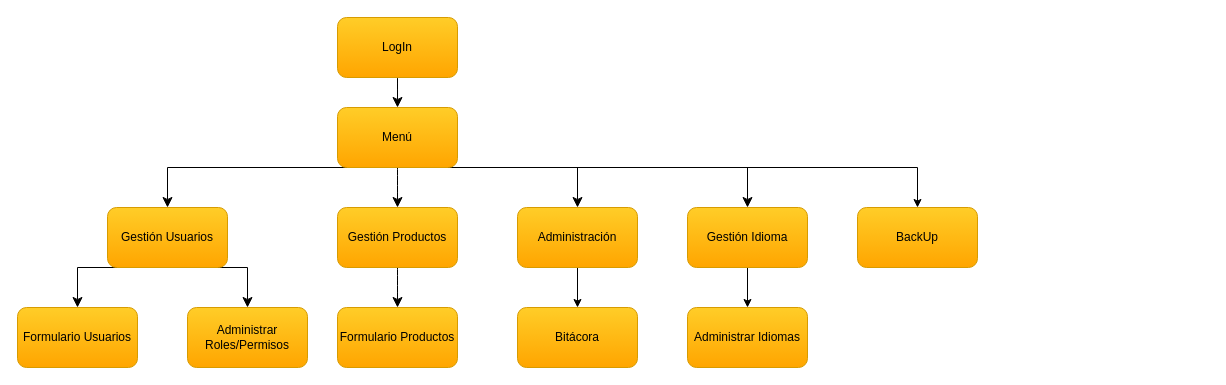
Before: Documentación/Menú Tentativo Sistema.drawio in SebaFM04/IngenieriadeSoftware_CAJAL_FERNANDEZ, a draw.io diagram. Source tidied: cells renumbered, new cells numbered last; positions are measured from the earlier drawing's top-left corner, leaving out a move shared by most shapes. Both pictures are drawn from the tidied source at 100%, with x=0, y=0 at pixel (17, 17).
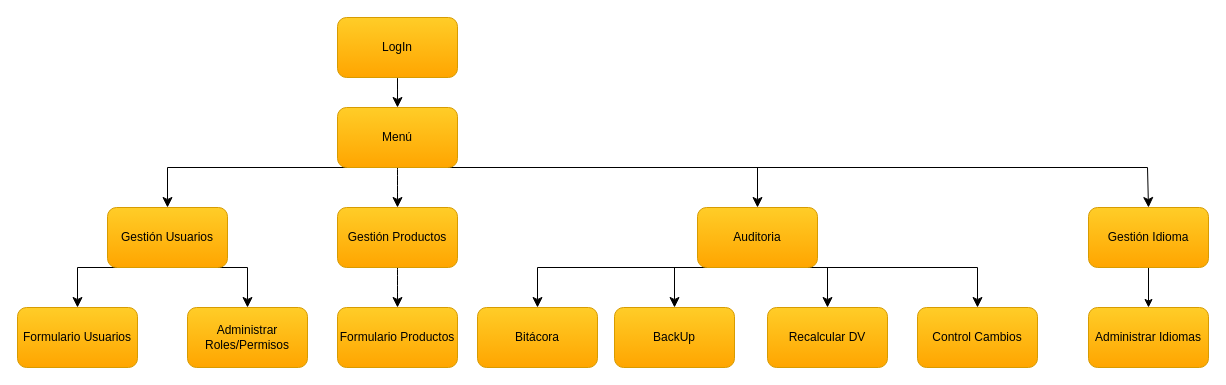
Above is the later version.

The change refers to these unchanged cells:
```xml
<mxCell id="9" value="Menú" style="rounded=1;whiteSpace=wrap;html=1;fillColor=#ffcd28;strokeColor=#d79b00;gradientColor=#ffa500;" parent="1" vertex="1">
  <mxGeometry x="320" y="90" width="120" height="60" as="geometry" />
</mxCell>
```

Change to the diagram source:
```diff
@@
-    <mxCell id="6" style="edgeStyle=none;curved=0;rounded=0;jettySize=auto;html=1;exitX=0.5;exitY=1;exitDx=0;exitDy=0;entryX=0.5;entryY=0;entryDx=0;entryDy=0;fontSize=12;startSize=8;endSize=8;fillColor=#ffcd28;strokeColor=#000000;gradientColor=#ffa500;" parent="1" edge="1" source="9">
+    <mxCell id="6" style="edgeStyle=none;curved=0;rounded=0;jettySize=auto;html=1;exitX=0.5;exitY=1;exitDx=0;exitDy=0;entryX=0.5;entryY=0;entryDx=0;entryDy=0;fontSize=12;startSize=8;endSize=8;fillColor=#ffcd28;strokeColor=#000000;gradientColor=#ffa500;" parent="1" edge="1" source="9" target="21">
       <mxGeometry relative="1" as="geometry">
-        <mxPoint x="560" y="190" as="targetPoint" />
         <Array as="points">
           <mxPoint x="560" y="150" />
+          <mxPoint x="740" y="150" />
         </Array>
       </mxGeometry>
     </mxCell>
     <mxCell id="7" style="edgeStyle=none;curved=0;rounded=0;jettySize=auto;html=1;exitX=0.5;exitY=1;exitDx=0;exitDy=0;entryX=0.5;entryY=0;entryDx=0;entryDy=0;fontSize=12;startSize=8;endSize=8;fillColor=#ffcd28;strokeColor=#000000;gradientColor=#ffa500;" parent="1" edge="1" source="9" target="19">
       <mxGeometry relative="1" as="geometry">
         <Array as="points">
-          <mxPoint x="730" y="150" />
+          <mxPoint x="1130" y="150" />
         </Array>
       </mxGeometry>
     </mxCell>
-    <mxCell id="8" style="edgeStyle=orthogonalEdgeStyle;rounded=0;jettySize=auto;html=1;exitX=0.5;exitY=1;exitDx=0;exitDy=0;entryX=0.5;entryY=0;entryDx=0;entryDy=0;" parent="1" edge="1" source="9" target="24">
-      <mxGeometry relative="1" as="geometry">
-        <Array as="points">
-          <mxPoint x="900" y="150" />
-        </Array>
-      </mxGeometry>
-    </mxCell>
@@
     <mxCell id="19" value="Gestión Idioma" style="rounded=1;whiteSpace=wrap;html=1;fillColor=#ffcd28;strokeColor=#d79b00;gradientColor=#ffa500;" parent="1" vertex="1">
-      <mxGeometry x="670" y="190" width="120" height="60" as="geometry" />
+      <mxGeometry x="1071" y="190" width="120" height="60" as="geometry" />
     </mxCell>
+    <mxCell id="25" style="edgeStyle=none;curved=0;rounded=0;jettySize=auto;html=1;exitX=0.5;exitY=1;exitDx=0;exitDy=0;entryX=0.5;entryY=0;entryDx=0;entryDy=0;fontSize=12;startSize=8;endSize=8;" parent="1" edge="1" source="21" target="24">
+      <mxGeometry relative="1" as="geometry">
+        <Array as="points">
+          <mxPoint x="657" y="250" />
+        </Array>
+      </mxGeometry>
+    </mxCell>
-    <mxCell id="20" style="edgeStyle=orthogonalEdgeStyle;rounded=0;jettySize=auto;html=1;exitX=0.5;exitY=1;exitDx=0;exitDy=0;entryX=0.5;entryY=0;entryDx=0;entryDy=0;" parent="1" edge="1" source="21" target="22">
-      <mxGeometry relative="1" as="geometry" />
+    <mxCell id="20" style="edgeStyle=none;curved=0;rounded=0;jettySize=auto;html=1;exitX=0.5;exitY=1;exitDx=0;exitDy=0;entryX=0.5;entryY=0;entryDx=0;entryDy=0;fontSize=12;startSize=8;endSize=8;" parent="1" edge="1" source="21" target="22">
+      <mxGeometry relative="1" as="geometry">
+        <Array as="points">
+          <mxPoint x="520" y="250" />
+        </Array>
+      </mxGeometry>
     </mxCell>
+    <mxCell id="26" style="edgeStyle=none;curved=0;rounded=0;jettySize=auto;html=1;exitX=0.5;exitY=1;exitDx=0;exitDy=0;entryX=0.5;entryY=0;entryDx=0;entryDy=0;fontSize=12;startSize=8;endSize=8;" parent="1" edge="1" source="21" target="28">
+      <mxGeometry relative="1" as="geometry">
+        <Array as="points">
+          <mxPoint x="810" y="250" />
+        </Array>
+      </mxGeometry>
+    </mxCell>
+    <mxCell id="27" style="edgeStyle=none;curved=0;rounded=0;jettySize=auto;html=1;exitX=0.5;exitY=1;exitDx=0;exitDy=0;entryX=0.5;entryY=0;entryDx=0;entryDy=0;fontSize=12;startSize=8;endSize=8;" parent="1" edge="1" source="21" target="29">
+      <mxGeometry relative="1" as="geometry">
+        <Array as="points">
+          <mxPoint x="960" y="250" />
+        </Array>
+      </mxGeometry>
+    </mxCell>
-    <mxCell id="21" value="Administración" style="rounded=1;whiteSpace=wrap;html=1;fillColor=#ffcd28;strokeColor=#d79b00;gradientColor=#ffa500;" parent="1" vertex="1">
-      <mxGeometry x="500" y="190" width="120" height="60" as="geometry" />
+    <mxCell id="21" value="Auditoria" style="rounded=1;whiteSpace=wrap;html=1;fillColor=#ffcd28;strokeColor=#d79b00;gradientColor=#ffa500;" parent="1" vertex="1">
+      <mxGeometry x="680" y="190" width="120" height="60" as="geometry" />
     </mxCell>
     <mxCell id="22" value="Bitácora" style="rounded=1;whiteSpace=wrap;html=1;fillColor=#ffcd28;strokeColor=#d79b00;gradientColor=#ffa500;" parent="1" vertex="1">
-      <mxGeometry x="500" y="290" width="120" height="60" as="geometry" />
+      <mxGeometry x="460" y="290" width="120" height="60" as="geometry" />
     </mxCell>
     <mxCell id="23" value="Administrar Idiomas" style="rounded=1;whiteSpace=wrap;html=1;fillColor=#ffcd28;strokeColor=#d79b00;gradientColor=#ffa500;" parent="1" vertex="1">
-      <mxGeometry x="670" y="290" width="120" height="60" as="geometry" />
+      <mxGeometry x="1071" y="290" width="120" height="60" as="geometry" />
     </mxCell>
     <mxCell id="24" value="BackUp" style="rounded=1;whiteSpace=wrap;html=1;fillColor=#ffcd28;strokeColor=#d79b00;gradientColor=#ffa500;" parent="1" vertex="1">
-      <mxGeometry x="840" y="190" width="120" height="60" as="geometry" />
+      <mxGeometry x="597" y="290" width="120" height="60" as="geometry" />
     </mxCell>
+    <mxCell id="28" value="Recalcular DV" style="rounded=1;whiteSpace=wrap;html=1;fillColor=#ffcd28;strokeColor=#d79b00;gradientColor=#ffa500;" parent="1" vertex="1">
+      <mxGeometry x="750" y="290" width="120" height="60" as="geometry" />
+    </mxCell>
+    <mxCell id="29" value="Control Cambios" style="rounded=1;whiteSpace=wrap;html=1;fillColor=#ffcd28;strokeColor=#d79b00;gradientColor=#ffa500;" parent="1" vertex="1">
+      <mxGeometry x="900" y="290" width="120" height="60" as="geometry" />
+    </mxCell>
```
